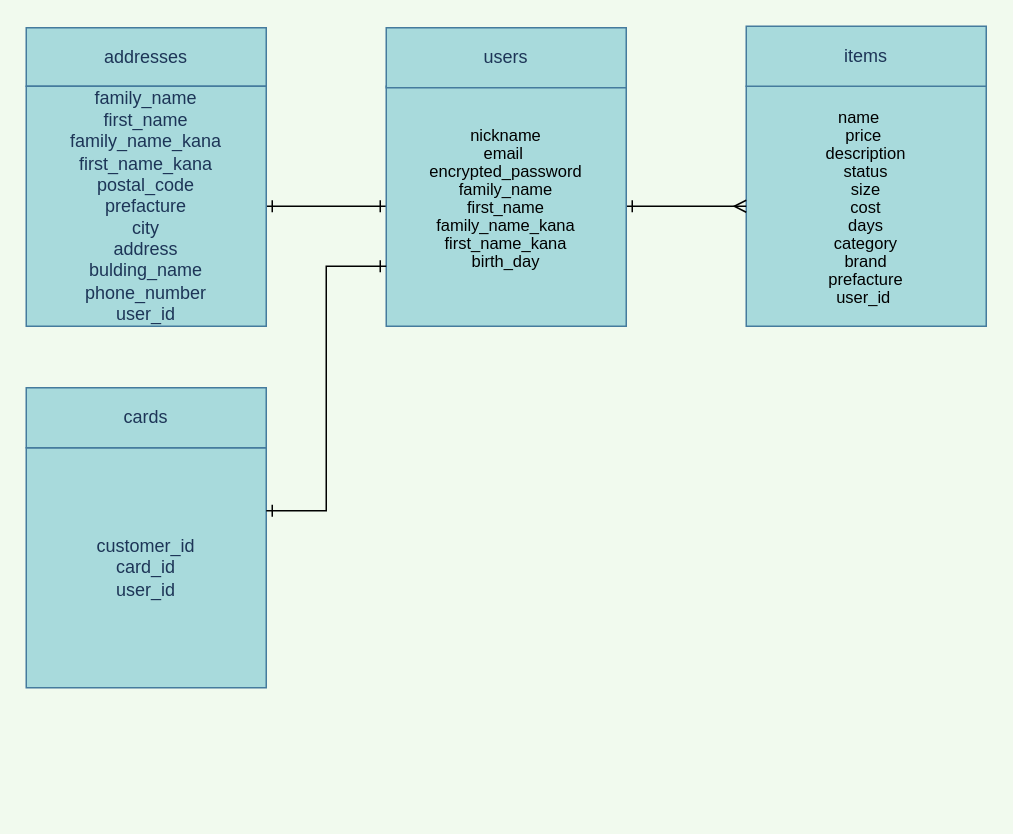
t-ichimura-sati0920/furima-31994 keeps this draw.io diagram as furima.dio. Above is the earlier version. Source tidied: cells renumbered, new cells numbered last; positions are measured from the earlier drawing's top-left corner, leaving out a move shared by most shapes. Both pictures are drawn from the tidied source at 150%, with x=0, y=0 at pixel (26, 26).
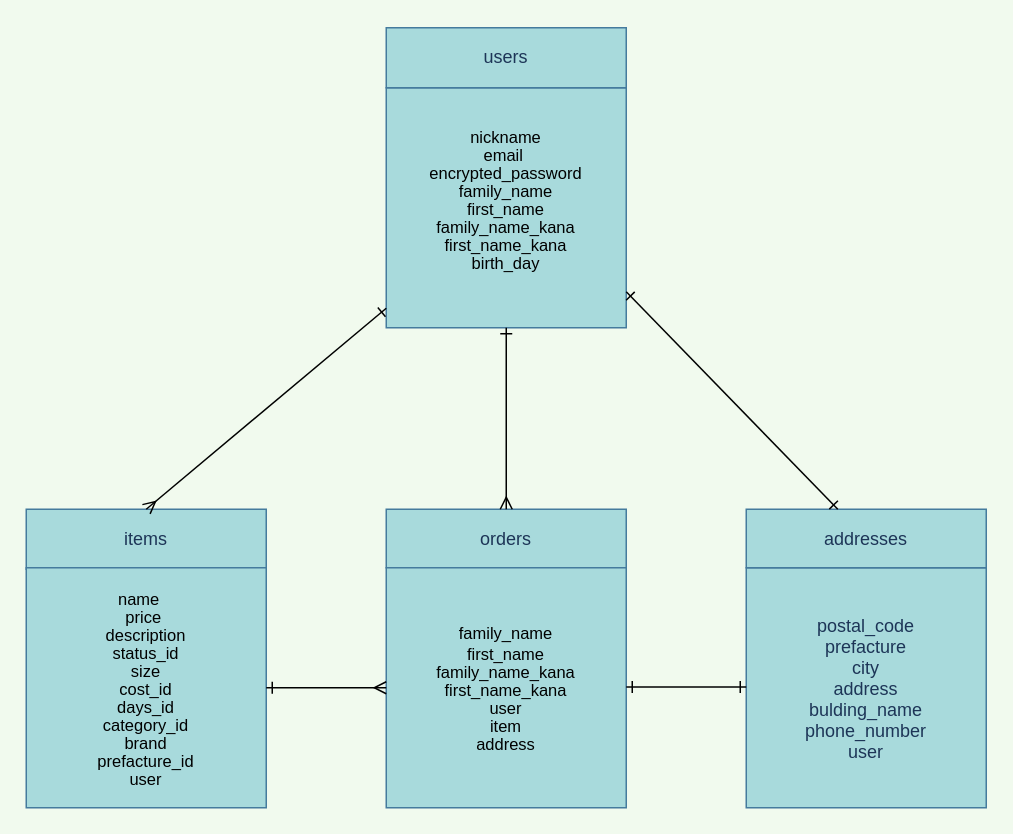
After the change.

Diff of the diagram source:
```diff
@@
 <mxGraphModel background="#F1FAEE">
   <root>
     <mxCell id="0" />
     <mxCell id="1" parent="0" />
-    <mxCell id="2" value="&lt;p class=&quot;p1&quot; style=&quot;margin: 0px ; font-stretch: normal ; font-size: 11px ; line-height: normal ; color: rgb(0 , 0 , 0)&quot;&gt;&lt;span class=&quot;s1&quot;&gt;name&lt;span class=&quot;Apple-converted-space&quot;&gt;&amp;nbsp; &amp;nbsp;&lt;/span&gt;&lt;/span&gt;&lt;/p&gt;&lt;p class=&quot;p1&quot; style=&quot;margin: 0px ; font-stretch: normal ; font-size: 11px ; line-height: normal ; color: rgb(0 , 0 , 0)&quot;&gt;&lt;span class=&quot;s1&quot;&gt;&lt;span class=&quot;Apple-converted-space&quot;&gt;&lt;/span&gt;&lt;/span&gt;&lt;/p&gt;&lt;p class=&quot;p1&quot; style=&quot;margin: 0px ; font-stretch: normal ; font-size: 11px ; line-height: normal ; color: rgb(0 , 0 , 0)&quot;&gt;&lt;span class=&quot;s1&quot;&gt;price&amp;nbsp;&lt;/span&gt;&lt;/p&gt;&lt;p class=&quot;p1&quot; style=&quot;margin: 0px ; font-stretch: normal ; font-size: 11px ; line-height: normal ; color: rgb(0 , 0 , 0)&quot;&gt;&lt;span class=&quot;s1&quot;&gt;&lt;/span&gt;&lt;/p&gt;&lt;p class=&quot;p1&quot; style=&quot;margin: 0px ; font-stretch: normal ; font-size: 11px ; line-height: normal ; color: rgb(0 , 0 , 0)&quot;&gt;&lt;span class=&quot;s1&quot;&gt;description&lt;/span&gt;&lt;/p&gt;&lt;p class=&quot;p1&quot; style=&quot;margin: 0px ; font-stretch: normal ; font-size: 11px ; line-height: normal ; color: rgb(0 , 0 , 0)&quot;&gt;&lt;span class=&quot;s1&quot;&gt;&lt;/span&gt;&lt;/p&gt;&lt;p class=&quot;p1&quot; style=&quot;margin: 0px ; font-stretch: normal ; font-size: 11px ; line-height: normal ; color: rgb(0 , 0 , 0)&quot;&gt;&lt;span class=&quot;s1&quot;&gt;status&lt;/span&gt;&lt;/p&gt;&lt;p class=&quot;p1&quot; style=&quot;margin: 0px ; font-stretch: normal ; font-size: 11px ; line-height: normal ; color: rgb(0 , 0 , 0)&quot;&gt;&lt;span class=&quot;s1&quot;&gt;&lt;span class=&quot;Apple-converted-space&quot;&gt;size&lt;/span&gt;&lt;/span&gt;&lt;/p&gt;&lt;p class=&quot;p1&quot; style=&quot;margin: 0px ; font-stretch: normal ; font-size: 11px ; line-height: normal ; color: rgb(0 , 0 , 0)&quot;&gt;&lt;span class=&quot;s1&quot;&gt;&lt;span class=&quot;Apple-converted-space&quot;&gt;cost&lt;/span&gt;&lt;/span&gt;&lt;/p&gt;&lt;p class=&quot;p1&quot; style=&quot;margin: 0px ; font-stretch: normal ; font-size: 11px ; line-height: normal ; color: rgb(0 , 0 , 0)&quot;&gt;&lt;span class=&quot;s1&quot;&gt;&lt;span class=&quot;Apple-converted-space&quot;&gt;days&lt;/span&gt;&lt;/span&gt;&lt;/p&gt;&lt;p class=&quot;p1&quot; style=&quot;margin: 0px ; font-stretch: normal ; font-size: 11px ; line-height: normal ; color: rgb(0 , 0 , 0)&quot;&gt;&lt;span class=&quot;s1&quot;&gt;&lt;span class=&quot;Apple-converted-space&quot;&gt;category&lt;/span&gt;&lt;/span&gt;&lt;/p&gt;&lt;p class=&quot;p1&quot; style=&quot;margin: 0px ; font-stretch: normal ; font-size: 11px ; line-height: normal ; color: rgb(0 , 0 , 0)&quot;&gt;&lt;span class=&quot;s1&quot;&gt;&lt;span class=&quot;Apple-converted-space&quot;&gt;brand&lt;/span&gt;&lt;/span&gt;&lt;/p&gt;&lt;p class=&quot;p1&quot; style=&quot;margin: 0px ; font-stretch: normal ; font-size: 11px ; line-height: normal ; color: rgb(0 , 0 , 0)&quot;&gt;&lt;span class=&quot;s1&quot;&gt;&lt;span class=&quot;Apple-converted-space&quot;&gt;prefacture&lt;/span&gt;&lt;/span&gt;&lt;/p&gt;&lt;p class=&quot;p1&quot; style=&quot;margin: 0px ; font-stretch: normal ; font-size: 11px ; line-height: normal ; color: rgb(0 , 0 , 0)&quot;&gt;&lt;span class=&quot;s1&quot;&gt;&lt;span class=&quot;Apple-converted-space&quot;&gt;user_id&amp;nbsp;&lt;/span&gt;&lt;/span&gt;&lt;/p&gt;" style="whiteSpace=wrap;html=1;rounded=0;sketch=0;fillColor=#A8DADC;strokeColor=#457B9D;fontColor=#1D3557;" parent="1" vertex="1">
-      <mxGeometry x="480" y="40" width="160" height="160" as="geometry" />
-    </mxCell>
-    <mxCell id="3" style="edgeStyle=orthogonalEdgeStyle;rounded=0;orthogonalLoop=1;jettySize=auto;html=1;startArrow=ERone;startFill=0;endArrow=ERmany;endFill=0;strokeColor=#000000;" parent="1" edge="1">
-      <mxGeometry relative="1" as="geometry">
-        <mxPoint x="280" y="80" as="sourcePoint" />
-        <mxPoint x="320" y="80" as="targetPoint" />
-      </mxGeometry>
-    </mxCell>
-    <mxCell id="4" style="edgeStyle=orthogonalEdgeStyle;rounded=0;jettySize=auto;html=1;startArrow=ERone;startFill=0;endArrow=ERone;endFill=0;strokeColor=#000000;" parent="1" edge="1" source="6" target="8">
-      <mxGeometry relative="1" as="geometry" />
-    </mxCell>
-    <mxCell id="5" style="edgeStyle=orthogonalEdgeStyle;rounded=0;jettySize=auto;html=1;startArrow=ERone;startFill=0;endArrow=ERmany;endFill=0;strokeColor=#000000;" parent="1" edge="1" source="6" target="2">
-      <mxGeometry relative="1" as="geometry" />
-    </mxCell>
     <mxCell id="6" value="&lt;p class=&quot;p1&quot; style=&quot;margin: 0px ; font-stretch: normal ; font-size: 11px ; line-height: normal ; color: rgb(0 , 0 , 0)&quot;&gt;&lt;span class=&quot;s1&quot;&gt;nickname&lt;/span&gt;&lt;/p&gt;&lt;p class=&quot;p1&quot; style=&quot;margin: 0px ; font-stretch: normal ; font-size: 11px ; line-height: normal ; color: rgb(0 , 0 , 0)&quot;&gt;&lt;span class=&quot;s1&quot;&gt;&lt;/span&gt;&lt;/p&gt;&lt;p class=&quot;p1&quot; style=&quot;margin: 0px ; font-stretch: normal ; font-size: 11px ; line-height: normal ; color: rgb(0 , 0 , 0)&quot;&gt;&lt;span class=&quot;s1&quot;&gt;email&lt;span class=&quot;Apple-converted-space&quot;&gt;&amp;nbsp;&lt;/span&gt;&lt;/span&gt;&lt;/p&gt;&lt;p class=&quot;p1&quot; style=&quot;margin: 0px ; font-stretch: normal ; font-size: 11px ; line-height: normal ; color: rgb(0 , 0 , 0)&quot;&gt;&lt;span class=&quot;s1&quot;&gt;&lt;span class=&quot;Apple-converted-space&quot;&gt;encrypted_password&lt;/span&gt;&lt;/span&gt;&lt;/p&gt;&lt;p class=&quot;p1&quot; style=&quot;margin: 0px ; font-stretch: normal ; font-size: 11px ; line-height: normal ; color: rgb(0 , 0 , 0)&quot;&gt;&lt;span class=&quot;s1&quot;&gt;&lt;/span&gt;&lt;/p&gt;&lt;p class=&quot;p1&quot; style=&quot;margin: 0px ; font-stretch: normal ; font-size: 11px ; line-height: normal ; color: rgb(0 , 0 , 0)&quot;&gt;&lt;span class=&quot;s1&quot;&gt;family_name&lt;/span&gt;&lt;/p&gt;&lt;p class=&quot;p1&quot; style=&quot;margin: 0px ; font-stretch: normal ; font-size: 11px ; line-height: normal ; color: rgb(0 , 0 , 0)&quot;&gt;&lt;span class=&quot;s1&quot;&gt;&lt;/span&gt;&lt;/p&gt;&lt;p class=&quot;p1&quot; style=&quot;margin: 0px ; font-stretch: normal ; font-size: 11px ; line-height: normal ; color: rgb(0 , 0 , 0)&quot;&gt;&lt;span class=&quot;s1&quot;&gt;first_name&lt;/span&gt;&lt;/p&gt;&lt;p class=&quot;p1&quot; style=&quot;margin: 0px ; font-stretch: normal ; font-size: 11px ; line-height: normal ; color: rgb(0 , 0 , 0)&quot;&gt;&lt;span class=&quot;s1&quot;&gt;family_name_kana&lt;/span&gt;&lt;/p&gt;&lt;p class=&quot;p1&quot; style=&quot;margin: 0px ; font-stretch: normal ; font-size: 11px ; line-height: normal ; color: rgb(0 , 0 , 0)&quot;&gt;&lt;span class=&quot;s1&quot;&gt;&lt;/span&gt;&lt;/p&gt;&lt;p class=&quot;p1&quot; style=&quot;margin: 0px ; font-stretch: normal ; font-size: 11px ; line-height: normal ; color: rgb(0 , 0 , 0)&quot;&gt;&lt;span class=&quot;s1&quot;&gt;first_name_kana&lt;/span&gt;&lt;/p&gt;&lt;p class=&quot;p1&quot; style=&quot;margin: 0px ; font-stretch: normal ; font-size: 11px ; line-height: normal ; color: rgb(0 , 0 , 0)&quot;&gt;&lt;span class=&quot;s1&quot;&gt;&lt;/span&gt;&lt;/p&gt;&lt;p class=&quot;p1&quot; style=&quot;margin: 0px ; font-stretch: normal ; font-size: 11px ; line-height: normal ; color: rgb(0 , 0 , 0)&quot;&gt;&lt;span class=&quot;s1&quot;&gt;birth_day&lt;/span&gt;&lt;/p&gt;&lt;p class=&quot;p1&quot; style=&quot;margin: 0px ; font-stretch: normal ; font-size: 11px ; line-height: normal ; color: rgb(0 , 0 , 0)&quot;&gt;&lt;span class=&quot;s1&quot;&gt;&lt;br&gt;&lt;/span&gt;&lt;/p&gt;" style="whiteSpace=wrap;html=1;rounded=0;sketch=0;fillColor=#A8DADC;strokeColor=#457B9D;fontColor=#1D3557;" parent="1" vertex="1">
-      <mxGeometry x="240" y="40" width="160" height="160" as="geometry" />
+      <mxGeometry x="240" y="41" width="160" height="160" as="geometry" />
     </mxCell>
-    <mxCell id="7" value="addresses" style="rounded=0;whiteSpace=wrap;html=1;sketch=0;fillColor=#A8DADC;strokeColor=#457B9D;fontColor=#1D3557;" parent="1" vertex="1">
-      <mxGeometry y="1" width="160" height="39" as="geometry" />
+    <mxCell id="7" value="orders" style="rounded=0;whiteSpace=wrap;html=1;sketch=0;fillColor=#A8DADC;strokeColor=#457B9D;fontColor=#1D3557;" parent="1" vertex="1">
+      <mxGeometry x="240" y="322" width="160" height="39" as="geometry" />
     </mxCell>
-    <mxCell id="8" value="family_name&lt;br&gt;first_name&lt;br&gt;family_name_kana&lt;br&gt;first_name_kana&lt;br&gt;postal_code&lt;br&gt;prefacture&lt;br&gt;city&lt;br&gt;address&lt;br&gt;bulding_name&lt;br&gt;phone_number&lt;br&gt;user_id" style="whiteSpace=wrap;html=1;rounded=0;sketch=0;fillColor=#A8DADC;strokeColor=#457B9D;fontColor=#1D3557;" parent="1" vertex="1">
-      <mxGeometry y="40" width="160" height="160" as="geometry" />
+    <mxCell id="8" value="&lt;span style=&quot;color: rgb(0 , 0 , 0) ; font-size: 11px&quot;&gt;family_name&lt;/span&gt;&lt;br&gt;&lt;p class=&quot;p1&quot; style=&quot;margin: 0px ; font-stretch: normal ; font-size: 11px ; line-height: normal ; color: rgb(0 , 0 , 0)&quot;&gt;&lt;span class=&quot;s1&quot;&gt;&lt;/span&gt;&lt;/p&gt;&lt;p class=&quot;p1&quot; style=&quot;margin: 0px ; font-stretch: normal ; font-size: 11px ; line-height: normal ; color: rgb(0 , 0 , 0)&quot;&gt;&lt;span class=&quot;s1&quot;&gt;first_name&lt;/span&gt;&lt;/p&gt;&lt;p class=&quot;p1&quot; style=&quot;margin: 0px ; font-stretch: normal ; font-size: 11px ; line-height: normal ; color: rgb(0 , 0 , 0)&quot;&gt;&lt;span class=&quot;s1&quot;&gt;family_name_kana&lt;/span&gt;&lt;/p&gt;&lt;p class=&quot;p1&quot; style=&quot;margin: 0px ; font-stretch: normal ; font-size: 11px ; line-height: normal ; color: rgb(0 , 0 , 0)&quot;&gt;&lt;span class=&quot;s1&quot;&gt;&lt;/span&gt;&lt;/p&gt;&lt;p class=&quot;p1&quot; style=&quot;margin: 0px ; font-stretch: normal ; font-size: 11px ; line-height: normal ; color: rgb(0 , 0 , 0)&quot;&gt;&lt;span class=&quot;s1&quot;&gt;first_name_kana&lt;/span&gt;&lt;/p&gt;&lt;p class=&quot;p1&quot; style=&quot;margin: 0px ; font-stretch: normal ; font-size: 11px ; line-height: normal ; color: rgb(0 , 0 , 0)&quot;&gt;&lt;span class=&quot;s1&quot;&gt;user&lt;/span&gt;&lt;/p&gt;&lt;p class=&quot;p1&quot; style=&quot;margin: 0px ; font-stretch: normal ; font-size: 11px ; line-height: normal ; color: rgb(0 , 0 , 0)&quot;&gt;&lt;span class=&quot;s1&quot;&gt;item&lt;/span&gt;&lt;/p&gt;&lt;p class=&quot;p1&quot; style=&quot;margin: 0px ; font-stretch: normal ; font-size: 11px ; line-height: normal ; color: rgb(0 , 0 , 0)&quot;&gt;&lt;span class=&quot;s1&quot;&gt;address&lt;/span&gt;&lt;/p&gt;" style="whiteSpace=wrap;html=1;rounded=0;sketch=0;fillColor=#A8DADC;strokeColor=#457B9D;fontColor=#1D3557;" parent="1" vertex="1">
+      <mxGeometry x="240" y="361" width="160" height="160" as="geometry" />
     </mxCell>
-    <mxCell id="9" value="customer_id&lt;br&gt;card_id&lt;br&gt;user_id" style="whiteSpace=wrap;html=1;rounded=0;sketch=0;fillColor=#A8DADC;strokeColor=#457B9D;fontColor=#1D3557;" parent="1" vertex="1">
-      <mxGeometry y="281" width="160" height="160" as="geometry" />
-    </mxCell>
-    <mxCell id="10" value="cards" style="rounded=0;whiteSpace=wrap;html=1;sketch=0;fillColor=#A8DADC;strokeColor=#457B9D;fontColor=#1D3557;" parent="1" vertex="1">
-      <mxGeometry y="241" width="160" height="40" as="geometry" />
-    </mxCell>
     <mxCell id="11" value="items" style="rounded=0;whiteSpace=wrap;html=1;sketch=0;fillColor=#A8DADC;strokeColor=#457B9D;fontColor=#1D3557;" parent="1" vertex="1">
-      <mxGeometry x="480" width="160" height="40" as="geometry" />
+      <mxGeometry y="322" width="160" height="40" as="geometry" />
     </mxCell>
     <mxCell id="12" value="users" style="rounded=0;whiteSpace=wrap;html=1;sketch=0;fillColor=#A8DADC;strokeColor=#457B9D;fontColor=#1D3557;" parent="1" vertex="1">
       <mxGeometry x="240" y="1" width="160" height="40" as="geometry" />
     </mxCell>
-    <mxCell id="13" style="edgeStyle=orthogonalEdgeStyle;rounded=0;jettySize=auto;html=1;startArrow=ERone;startFill=0;endArrow=ERone;endFill=0;strokeColor=#000000;exitX=0;exitY=0.75;exitDx=0;exitDy=0;" parent="1" edge="1" source="6">
-      <mxGeometry relative="1" as="geometry">
-        <mxPoint x="160" y="323" as="targetPoint" />
-        <Array as="points">
-          <mxPoint x="200" y="160" />
-          <mxPoint x="200" y="323" />
-        </Array>
-      </mxGeometry>
-    </mxCell>
+    <mxCell id="14" value="&lt;p class=&quot;p1&quot; style=&quot;margin: 0px ; font-stretch: normal ; font-size: 11px ; line-height: normal ; color: rgb(0 , 0 , 0)&quot;&gt;&lt;span style=&quot;color: rgb(29 , 53 , 87) ; font-size: 12px&quot;&gt;postal_code&lt;/span&gt;&lt;br style=&quot;color: rgb(29 , 53 , 87) ; font-size: 12px&quot;&gt;&lt;span style=&quot;color: rgb(29 , 53 , 87) ; font-size: 12px&quot;&gt;prefacture&lt;/span&gt;&lt;br style=&quot;color: rgb(29 , 53 , 87) ; font-size: 12px&quot;&gt;&lt;span style=&quot;color: rgb(29 , 53 , 87) ; font-size: 12px&quot;&gt;city&lt;/span&gt;&lt;br style=&quot;color: rgb(29 , 53 , 87) ; font-size: 12px&quot;&gt;&lt;span style=&quot;color: rgb(29 , 53 , 87) ; font-size: 12px&quot;&gt;address&lt;/span&gt;&lt;br style=&quot;color: rgb(29 , 53 , 87) ; font-size: 12px&quot;&gt;&lt;span style=&quot;color: rgb(29 , 53 , 87) ; font-size: 12px&quot;&gt;bulding_name&lt;/span&gt;&lt;br style=&quot;color: rgb(29 , 53 , 87) ; font-size: 12px&quot;&gt;&lt;span style=&quot;color: rgb(29 , 53 , 87) ; font-size: 12px&quot;&gt;phone_number&lt;/span&gt;&lt;br style=&quot;color: rgb(29 , 53 , 87) ; font-size: 12px&quot;&gt;&lt;span style=&quot;color: rgb(29 , 53 , 87) ; font-size: 12px&quot;&gt;user&lt;/span&gt;&lt;br&gt;&lt;/p&gt;" style="whiteSpace=wrap;html=1;rounded=0;sketch=0;fillColor=#A8DADC;strokeColor=#457B9D;fontColor=#1D3557;" parent="1" vertex="1">
+      <mxGeometry x="480" y="361" width="160" height="160" as="geometry" />
+    </mxCell>
+    <mxCell id="15" value="&lt;span&gt;addresses&lt;/span&gt;" style="rounded=0;whiteSpace=wrap;html=1;sketch=0;fillColor=#A8DADC;strokeColor=#457B9D;fontColor=#1D3557;" parent="1" vertex="1">
+      <mxGeometry x="480" y="322" width="160" height="39" as="geometry" />
+    </mxCell>
+    <mxCell id="16" style="endArrow=ERone;html=1;strokeColor=#000000;entryX=1;entryY=0.85;entryDx=0;entryDy=0;entryPerimeter=0;startArrow=ERone;startFill=0;endFill=0;" parent="1" edge="1" source="15" target="6">
+      <mxGeometry relative="1" as="geometry" />
+    </mxCell>
+    <mxCell id="2" value="&lt;p class=&quot;p1&quot; style=&quot;margin: 0px ; font-stretch: normal ; font-size: 11px ; line-height: normal ; color: rgb(0 , 0 , 0)&quot;&gt;&lt;span class=&quot;s1&quot;&gt;name&lt;span class=&quot;Apple-converted-space&quot;&gt;&amp;nbsp; &amp;nbsp;&lt;/span&gt;&lt;/span&gt;&lt;/p&gt;&lt;p class=&quot;p1&quot; style=&quot;margin: 0px ; font-stretch: normal ; font-size: 11px ; line-height: normal ; color: rgb(0 , 0 , 0)&quot;&gt;&lt;span class=&quot;s1&quot;&gt;&lt;span class=&quot;Apple-converted-space&quot;&gt;&lt;/span&gt;&lt;/span&gt;&lt;/p&gt;&lt;p class=&quot;p1&quot; style=&quot;margin: 0px ; font-stretch: normal ; font-size: 11px ; line-height: normal ; color: rgb(0 , 0 , 0)&quot;&gt;&lt;span class=&quot;s1&quot;&gt;price&amp;nbsp;&lt;/span&gt;&lt;/p&gt;&lt;p class=&quot;p1&quot; style=&quot;margin: 0px ; font-stretch: normal ; font-size: 11px ; line-height: normal ; color: rgb(0 , 0 , 0)&quot;&gt;&lt;span class=&quot;s1&quot;&gt;&lt;/span&gt;&lt;/p&gt;&lt;p class=&quot;p1&quot; style=&quot;margin: 0px ; font-stretch: normal ; font-size: 11px ; line-height: normal ; color: rgb(0 , 0 , 0)&quot;&gt;&lt;span class=&quot;s1&quot;&gt;description&lt;/span&gt;&lt;/p&gt;&lt;p class=&quot;p1&quot; style=&quot;margin: 0px ; font-stretch: normal ; font-size: 11px ; line-height: normal ; color: rgb(0 , 0 , 0)&quot;&gt;&lt;span class=&quot;s1&quot;&gt;&lt;/span&gt;&lt;/p&gt;&lt;p class=&quot;p1&quot; style=&quot;margin: 0px ; font-stretch: normal ; font-size: 11px ; line-height: normal ; color: rgb(0 , 0 , 0)&quot;&gt;&lt;span class=&quot;s1&quot;&gt;status_id&lt;/span&gt;&lt;/p&gt;&lt;p class=&quot;p1&quot; style=&quot;margin: 0px ; font-stretch: normal ; font-size: 11px ; line-height: normal ; color: rgb(0 , 0 , 0)&quot;&gt;&lt;span class=&quot;s1&quot;&gt;&lt;span class=&quot;Apple-converted-space&quot;&gt;size&lt;/span&gt;&lt;/span&gt;&lt;/p&gt;&lt;p class=&quot;p1&quot; style=&quot;margin: 0px ; font-stretch: normal ; font-size: 11px ; line-height: normal ; color: rgb(0 , 0 , 0)&quot;&gt;&lt;span class=&quot;s1&quot;&gt;&lt;span class=&quot;Apple-converted-space&quot;&gt;cost_id&lt;/span&gt;&lt;/span&gt;&lt;/p&gt;&lt;p class=&quot;p1&quot; style=&quot;margin: 0px ; font-stretch: normal ; font-size: 11px ; line-height: normal ; color: rgb(0 , 0 , 0)&quot;&gt;&lt;span class=&quot;s1&quot;&gt;&lt;span class=&quot;Apple-converted-space&quot;&gt;days_id&lt;/span&gt;&lt;/span&gt;&lt;/p&gt;&lt;p class=&quot;p1&quot; style=&quot;margin: 0px ; font-stretch: normal ; font-size: 11px ; line-height: normal ; color: rgb(0 , 0 , 0)&quot;&gt;&lt;span class=&quot;s1&quot;&gt;&lt;span class=&quot;Apple-converted-space&quot;&gt;category_id&lt;/span&gt;&lt;/span&gt;&lt;/p&gt;&lt;p class=&quot;p1&quot; style=&quot;margin: 0px ; font-stretch: normal ; font-size: 11px ; line-height: normal ; color: rgb(0 , 0 , 0)&quot;&gt;&lt;span class=&quot;s1&quot;&gt;&lt;span class=&quot;Apple-converted-space&quot;&gt;brand&lt;/span&gt;&lt;/span&gt;&lt;/p&gt;&lt;p class=&quot;p1&quot; style=&quot;margin: 0px ; font-stretch: normal ; font-size: 11px ; line-height: normal ; color: rgb(0 , 0 , 0)&quot;&gt;&lt;span class=&quot;s1&quot;&gt;&lt;span class=&quot;Apple-converted-space&quot;&gt;prefacture_id&lt;/span&gt;&lt;/span&gt;&lt;/p&gt;&lt;p class=&quot;p1&quot; style=&quot;margin: 0px ; font-stretch: normal ; font-size: 11px ; line-height: normal ; color: rgb(0 , 0 , 0)&quot;&gt;&lt;span class=&quot;s1&quot;&gt;&lt;span class=&quot;Apple-converted-space&quot;&gt;user&lt;/span&gt;&lt;/span&gt;&lt;/p&gt;" style="whiteSpace=wrap;html=1;rounded=0;sketch=0;fillColor=#A8DADC;strokeColor=#457B9D;fontColor=#1D3557;" parent="1" vertex="1">
+      <mxGeometry y="361" width="160" height="160" as="geometry" />
+    </mxCell>
+    <mxCell id="17" style="endArrow=ERone;html=1;strokeColor=#000000;exitX=0.5;exitY=0;exitDx=0;exitDy=0;startArrow=ERmany;startFill=0;endFill=0;" parent="1" edge="1" source="11" target="6">
+      <mxGeometry relative="1" as="geometry" />
+    </mxCell>
+    <mxCell id="18" style="endArrow=ERone;html=1;strokeColor=#000000;startArrow=ERmany;startFill=0;endFill=0;entryX=0.5;entryY=1;entryDx=0;entryDy=0;" parent="1" edge="1" source="7" target="6">
+      <mxGeometry relative="1" as="geometry" />
+    </mxCell>
+    <mxCell id="19" style="endArrow=ERone;html=1;strokeColor=#000000;startArrow=ERmany;startFill=0;endFill=0;exitX=0;exitY=0.5;exitDx=0;exitDy=0;" parent="1" edge="1" source="8" target="2">
+      <mxGeometry relative="1" as="geometry" />
+    </mxCell>
+    <mxCell id="20" style="endArrow=ERone;html=1;strokeColor=#000000;startArrow=ERone;startFill=0;endFill=0;exitX=0;exitY=0.5;exitDx=0;exitDy=0;" parent="1" edge="1">
+      <mxGeometry relative="1" as="geometry">
+        <mxPoint x="480" y="440.5" as="sourcePoint" />
+        <mxPoint x="400" y="440.5" as="targetPoint" />
+      </mxGeometry>
+    </mxCell>
   </root>
 </mxGraphModel>
```
